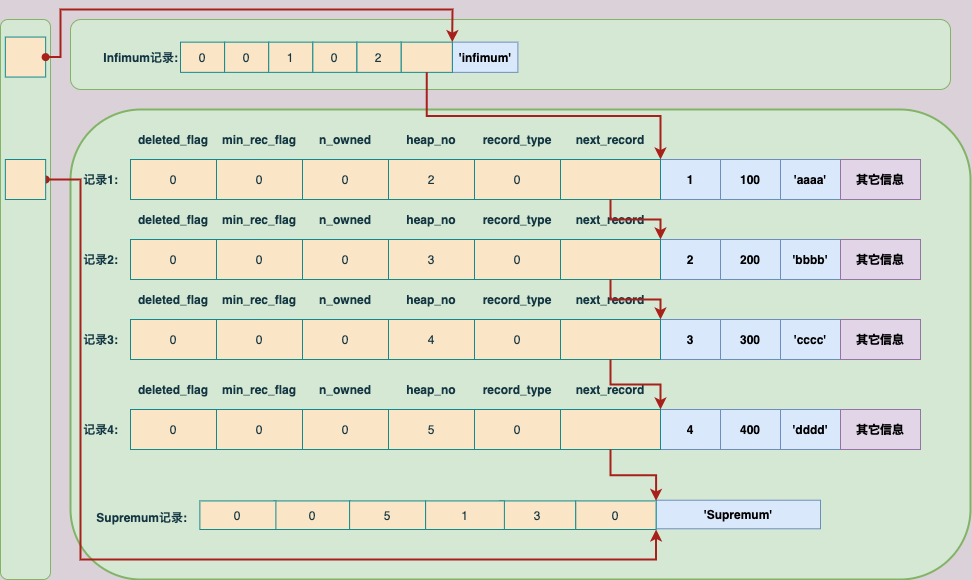
The draw.io diagram assets/记录和页目录的关系.png in gwwwwt/mysql_8.0.4, before a commit. Source tidied: cells renumbered, new cells last; positions are measured from the earlier drawing's top-left corner, leaving out a move shared by most shapes.
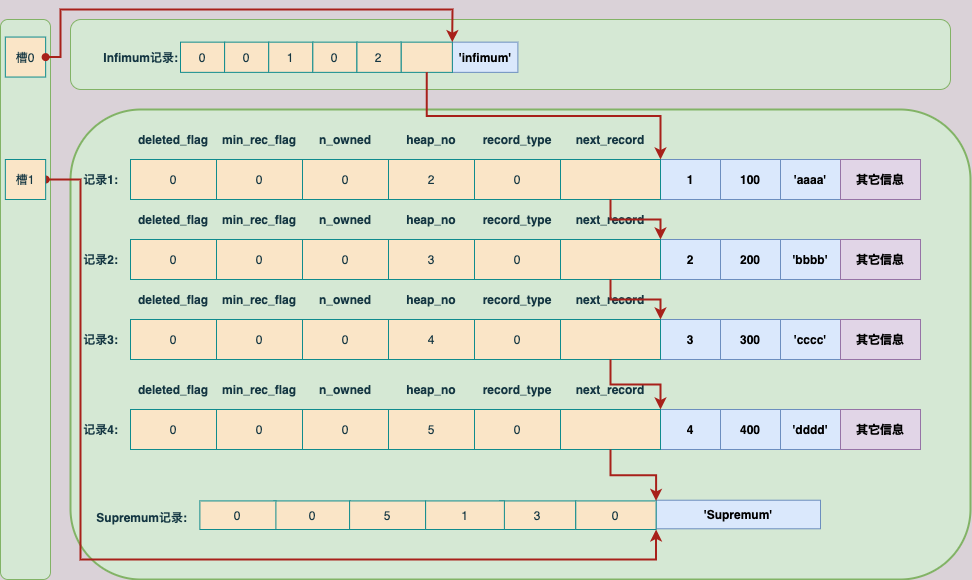
Above is the later version.

Commit message:
Update 记录和页目录的关系.png

Diff of the diagram source:
```diff
@@ -407,7 +407,7 @@
     <mxCell id="136" style="rounded=1;whiteSpace=wrap;html=1;sketch=0;fontSize=11;strokeColor=#82b366;fillColor=#d5e8d4;direction=south;" parent="1" vertex="1">
       <mxGeometry y="10" width="50" height="560" as="geometry" />
     </mxCell>
-    <mxCell id="137" style="rounded=0;whiteSpace=wrap;html=1;sketch=0;fontColor=#143642;strokeColor=#0F8B8D;fillColor=#FAE5C7;" parent="1" vertex="1">
+    <mxCell id="137" value="槽0" style="rounded=0;whiteSpace=wrap;html=1;sketch=0;fontColor=#143642;strokeColor=#0F8B8D;fillColor=#FAE5C7;" parent="1" vertex="1">
       <mxGeometry x="4.8" y="27.5" width="40.3" height="40" as="geometry" />
     </mxCell>
     <mxCell id="138" style="edgeStyle=orthogonalEdgeStyle;rounded=0;sketch=0;jettySize=auto;html=1;entryX=1;entryY=0;entryDx=0;entryDy=0;fontColor=#143642;strokeColor=#A8201A;strokeWidth=2;fillColor=#FAE5C7;startArrow=oval;startFill=1;" parent="1" edge="1" source="137" target="108">
@@ -428,7 +428,7 @@
         </Array>
       </mxGeometry>
     </mxCell>
-    <mxCell id="140" style="rounded=0;whiteSpace=wrap;html=1;sketch=0;fontColor=#143642;strokeColor=#0F8B8D;fillColor=#FAE5C7;" parent="1" vertex="1">
+    <mxCell id="140" value="槽1" style="rounded=0;whiteSpace=wrap;html=1;sketch=0;fontColor=#143642;strokeColor=#0F8B8D;fillColor=#FAE5C7;" parent="1" vertex="1">
       <mxGeometry x="4.8" y="150" width="40.3" height="40" as="geometry" />
     </mxCell>
   </root>
```
